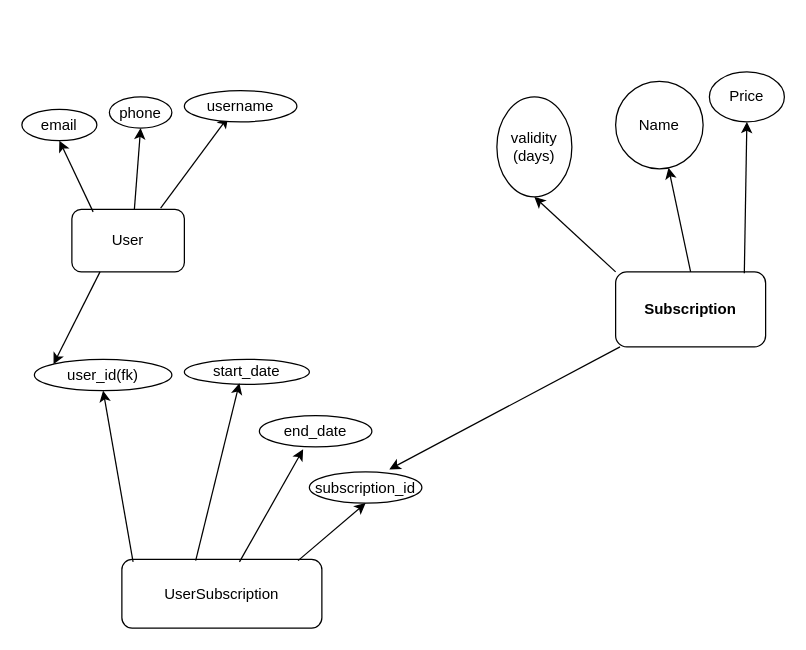
Before: siksha/siksha.drawio in abhishek2432001/siksha, a draw.io diagram. Source tidied: cells renumbered, new cells numbered last; positions are measured from the earlier drawing's top-left corner, leaving out a move shared by most shapes. Both pictures are drawn from the tidied source at 125%, with x=0, y=0 at pixel (21, 71).
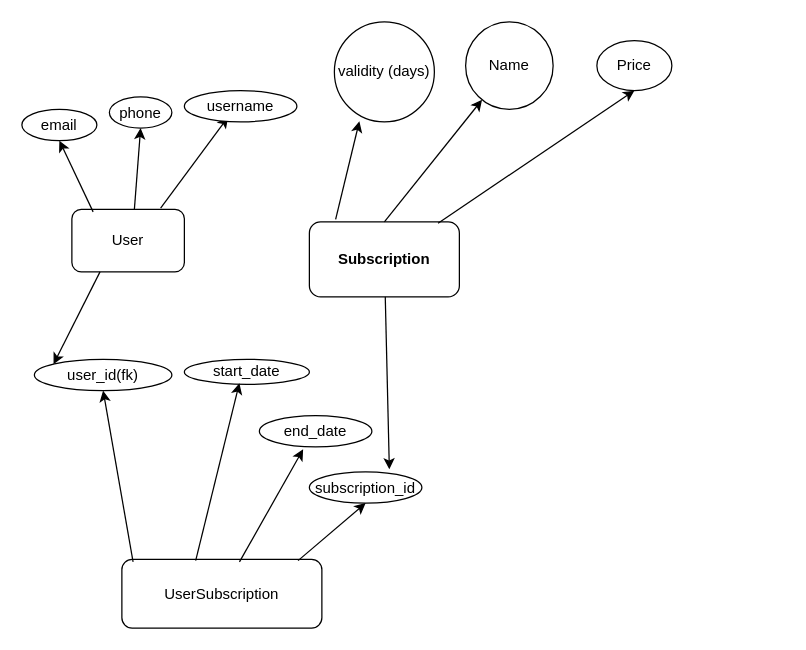
Above is the later version.

What changed in the source:
```diff
@@
     <mxCell id="3" value="&lt;b&gt;Subscription&lt;/b&gt;" style="rounded=1;whiteSpace=wrap;html=1;" parent="1" vertex="1">
-      <mxGeometry x="475" y="160" width="120" height="60" as="geometry" />
+      <mxGeometry x="230" y="120" width="120" height="60" as="geometry" />
     </mxCell>
     <mxCell id="4" value="validity (days)" style="ellipse;whiteSpace=wrap;html=1;" parent="1" vertex="1">
-      <mxGeometry x="380" y="20" width="60" height="80" as="geometry" />
+      <mxGeometry x="250" y="-40" width="80" height="80" as="geometry" />
     </mxCell>
@@
     <mxCell id="6" value="Name" style="ellipse;whiteSpace=wrap;html=1;" parent="1" vertex="1">
-      <mxGeometry x="475" y="7.5" width="70" height="70" as="geometry" />
+      <mxGeometry x="355" y="-40" width="70" height="70" as="geometry" />
     </mxCell>
     <mxCell id="7" value="Price" style="ellipse;whiteSpace=wrap;html=1;" parent="1" vertex="1">
-      <mxGeometry x="550" width="60" height="40" as="geometry" />
+      <mxGeometry x="460" y="-25" width="60" height="40" as="geometry" />
     </mxCell>
@@
-    <mxCell id="26" style="endArrow=classic;html=1;rounded=0;exitX=0;exitY=0;exitDx=0;exitDy=0;" parent="1" edge="1" source="3">
-      <mxGeometry relative="1" as="geometry">
-        <mxPoint x="410" y="100" as="targetPoint" />
-      </mxGeometry>
+    <mxCell id="26" style="endArrow=classic;html=1;rounded=0;exitX=0.175;exitY=-0.033;exitDx=0;exitDy=0;entryX=0.25;entryY=0.994;entryDx=0;entryDy=0;entryPerimeter=0;exitPerimeter=0;" parent="1" edge="1" source="3" target="4">
+      <mxGeometry relative="1" as="geometry" />
     </mxCell>
```
